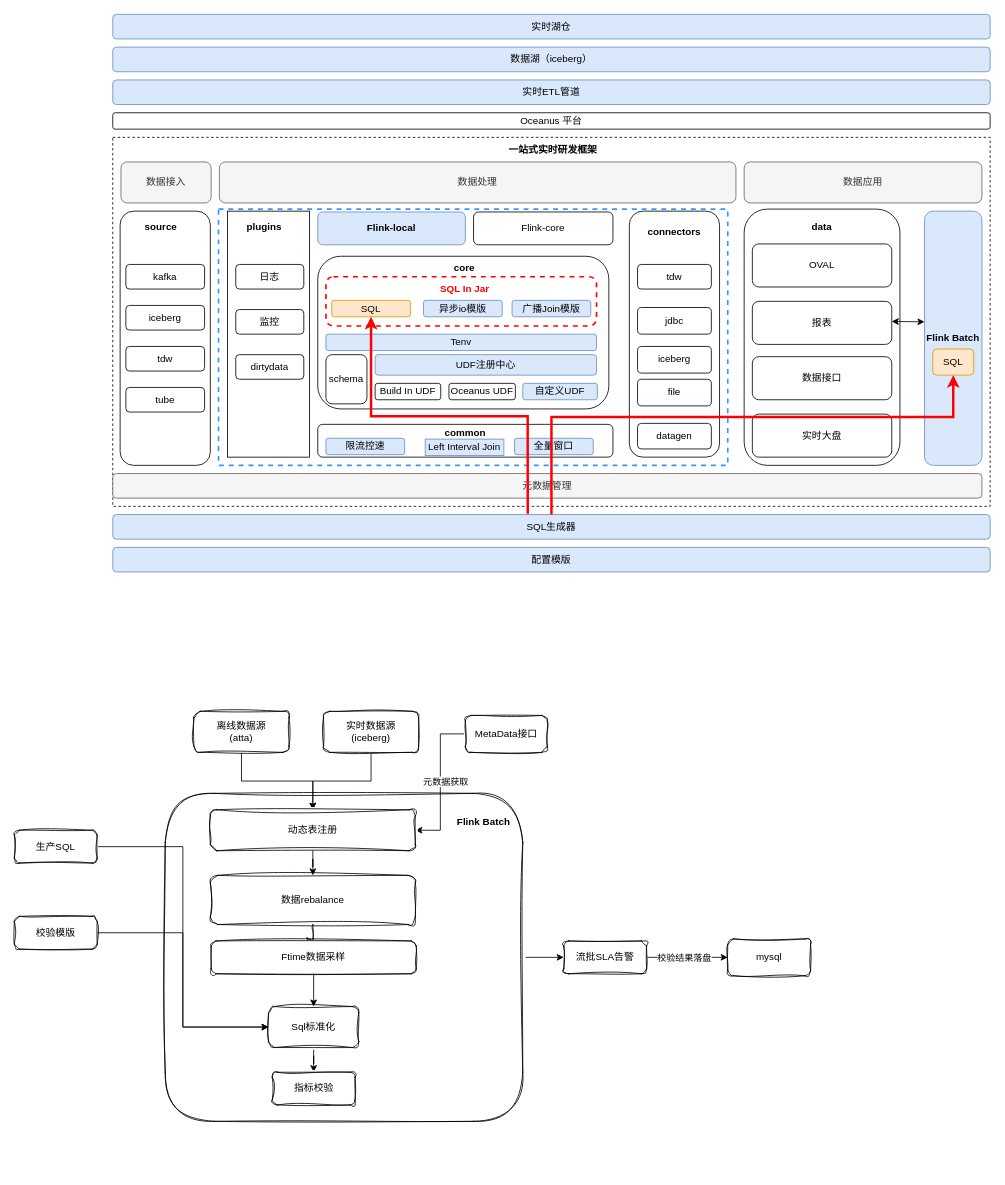
Arthur-Lanc/drawio keeps this draw.io diagram as page "流批一体框架" (3 of 3) of 实时dataops-实时离线校验链路升级方案.drawio. Above is the earlier version. Source tidied: cells renumbered, new cells numbered last; positions are measured from the earlier drawing's top-left corner, leaving out a move shared by most shapes. Both pictures are drawn from the tidied source at 82%, with x=0, y=0 at pixel (14, 14).
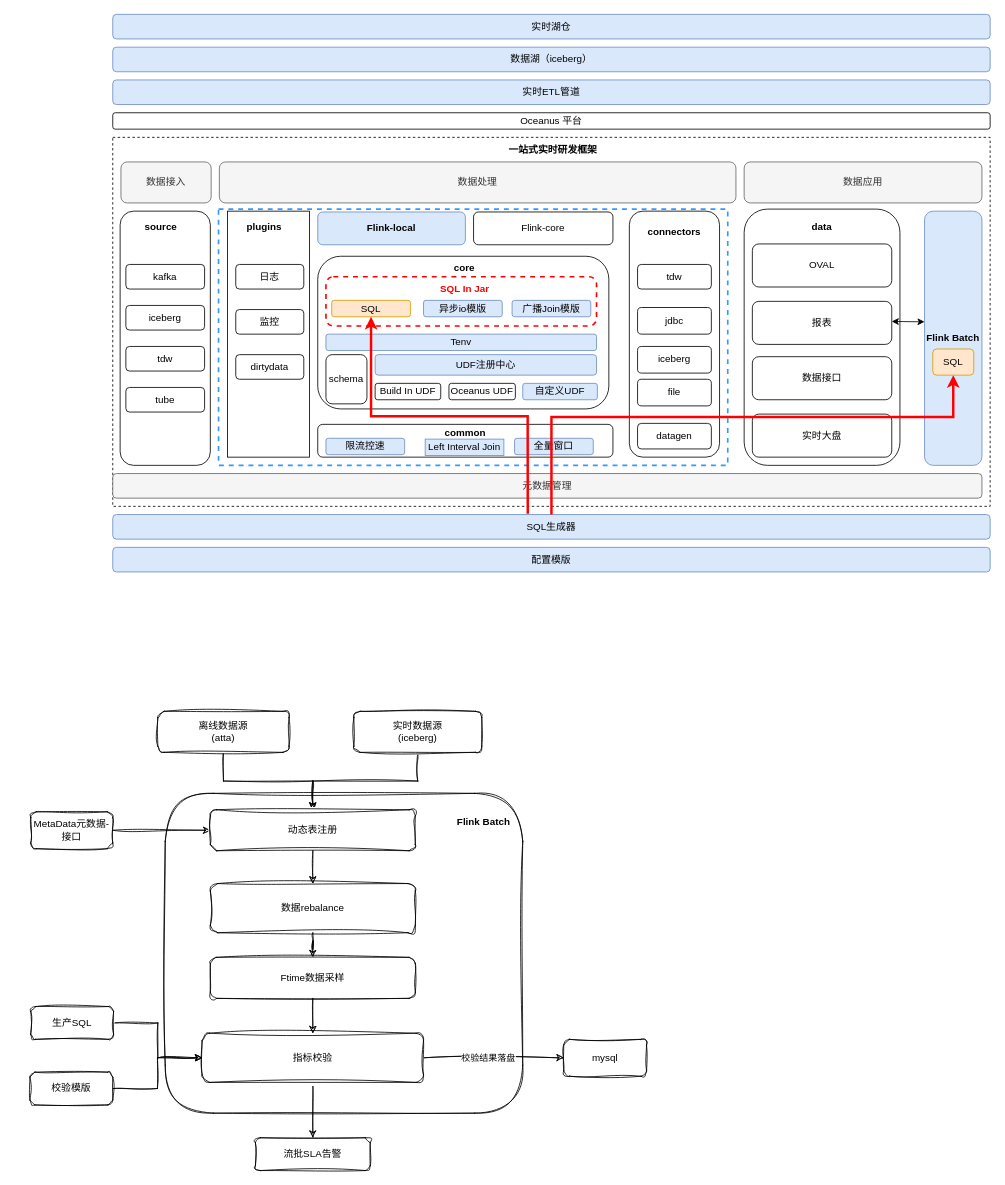
The same diagram, later.

Commit message:
更新实时dataops-实时离线校验链路升级方案.drawio

Unchanged cells that the change refers to:
```xml
<mxCell id="89" value="动态表注册" style="rounded=1;whiteSpace=wrap;html=1;sketch=1;curveFitting=1;jiggle=2;shadow=0;" parent="1" vertex="1">
  <mxGeometry x="239" y="970" width="250" height="50" as="geometry" />
</mxCell>
```

Diff of the diagram source:
```diff
@@
-    <mxCell id="2" style="edgeStyle=orthogonalEdgeStyle;rounded=0;jettySize=auto;html=1;exitX=1;exitY=0.5;exitDx=0;exitDy=0;entryX=0;entryY=0.5;entryDx=0;entryDy=0;" parent="1" edge="1" source="3" target="85">
-      <mxGeometry relative="1" as="geometry" />
-    </mxCell>
     <mxCell id="3" style="rounded=1;whiteSpace=wrap;html=1;sketch=1;curveFitting=1;jiggle=2;shadow=0;" parent="1" vertex="1">
-      <mxGeometry x="184" y="950" width="436" height="400" as="geometry" />
+      <mxGeometry x="184" y="950" width="436" height="390" as="geometry" />
     </mxCell>
@@
-    <mxCell id="66" style="edgeStyle=orthogonalEdgeStyle;rounded=0;jettySize=auto;html=1;exitX=1;exitY=0.5;exitDx=0;exitDy=0;entryX=0;entryY=0.5;entryDx=0;entryDy=0;" parent="1" edge="1" source="67" target="87">
-      <mxGeometry relative="1" as="geometry" />
-    </mxCell>
-    <mxCell id="67" value="生产SQL" style="rounded=1;whiteSpace=wrap;html=1;sketch=1;curveFitting=1;jiggle=2;shadow=0;" parent="1" vertex="1">
-      <mxGeometry y="995" width="101" height="40" as="geometry" />
-    </mxCell>
-    <mxCell id="68" style="edgeStyle=orthogonalEdgeStyle;rounded=0;jettySize=auto;html=1;exitX=0.5;exitY=1;exitDx=0;exitDy=0;entryX=0.5;entryY=0;entryDx=0;entryDy=0;" parent="1" edge="1" source="69" target="89">
+    <mxCell id="68" style="edgeStyle=orthogonalEdgeStyle;rounded=0;jettySize=auto;html=1;exitX=0.5;exitY=1;exitDx=0;exitDy=0;entryX=0.5;entryY=0;entryDx=0;entryDy=0;sketch=1;curveFitting=1;jiggle=2;" parent="1" edge="1" source="69" target="89">
       <mxGeometry relative="1" as="geometry" />
     </mxCell>
     <mxCell id="69" value="离线数据源&lt;br&gt;(atta)" style="rounded=1;whiteSpace=wrap;html=1;sketch=1;curveFitting=1;jiggle=2;shadow=0;" parent="1" vertex="1">
-      <mxGeometry x="219" y="850" width="116" height="50" as="geometry" />
+      <mxGeometry x="175" y="850" width="160" height="50" as="geometry" />
     </mxCell>
-    <mxCell id="70" style="edgeStyle=orthogonalEdgeStyle;rounded=0;jettySize=auto;html=1;exitX=0.5;exitY=1;exitDx=0;exitDy=0;entryX=0.5;entryY=0;entryDx=0;entryDy=0;" parent="1" edge="1" source="71" target="89">
+    <mxCell id="70" style="edgeStyle=orthogonalEdgeStyle;rounded=0;jettySize=auto;html=1;exitX=0.5;exitY=1;exitDx=0;exitDy=0;entryX=0.5;entryY=0;entryDx=0;entryDy=0;sketch=1;curveFitting=1;jiggle=2;" parent="1" edge="1" source="71" target="89">
       <mxGeometry relative="1" as="geometry" />
     </mxCell>
     <mxCell id="71" value="实时数据源&lt;br&gt;(iceberg)" style="rounded=1;whiteSpace=wrap;html=1;sketch=1;curveFitting=1;jiggle=2;shadow=0;" parent="1" vertex="1">
-      <mxGeometry x="377" y="850" width="116" height="50" as="geometry" />
+      <mxGeometry x="414" y="850" width="156" height="50" as="geometry" />
     </mxCell>
     <mxCell id="72" value="mysql" style="rounded=1;whiteSpace=wrap;html=1;sketch=1;curveFitting=1;jiggle=2;shadow=0;" parent="1" vertex="1">
-      <mxGeometry x="870" y="1127.5" width="101" height="45" as="geometry" />
+      <mxGeometry x="670" y="1250" width="101" height="45" as="geometry" />
     </mxCell>
@@
-    <mxCell id="74" style="edgeStyle=orthogonalEdgeStyle;rounded=0;jettySize=auto;html=1;exitX=0;exitY=0.5;exitDx=0;exitDy=0;entryX=1;entryY=0.5;entryDx=0;entryDy=0;" parent="1" edge="1" source="76" target="89">
+    <mxCell id="74" style="edgeStyle=orthogonalEdgeStyle;rounded=0;jettySize=auto;html=1;exitX=1;exitY=0.5;exitDx=0;exitDy=0;entryX=0;entryY=0.5;entryDx=0;entryDy=0;sketch=1;curveFitting=1;jiggle=2;" parent="1" edge="1" source="76" target="89">
       <mxGeometry relative="1" as="geometry" />
     </mxCell>
-    <mxCell id="75" value="元数据获取" style="edgeLabel;html=1;align=center;verticalAlign=middle;" parent="74" vertex="1">
-      <mxGeometry x="0.01" y="2" relative="1" as="geometry">
-        <mxPoint x="4" y="-2" as="offset" />
-      </mxGeometry>
-    </mxCell>
-    <mxCell id="76" value="MetaData接口" style="rounded=1;whiteSpace=wrap;html=1;sketch=1;curveFitting=1;jiggle=2;shadow=0;" parent="1" vertex="1">
-      <mxGeometry x="550" y="855" width="100" height="45" as="geometry" />
+    <mxCell id="76" value="MetaData元数据-接口" style="rounded=1;whiteSpace=wrap;html=1;sketch=1;curveFitting=1;jiggle=2;shadow=0;" parent="1" vertex="1">
+      <mxGeometry x="20" y="972.5" width="100" height="45" as="geometry" />
     </mxCell>
-    <mxCell id="77" style="edgeStyle=orthogonalEdgeStyle;rounded=0;jettySize=auto;html=1;exitX=1;exitY=0.5;exitDx=0;exitDy=0;entryX=0;entryY=0.5;entryDx=0;entryDy=0;" parent="1" edge="1" source="78" target="87">
-      <mxGeometry relative="1" as="geometry" />
-    </mxCell>
-    <mxCell id="78" value="校验模版" style="rounded=1;whiteSpace=wrap;html=1;sketch=1;curveFitting=1;jiggle=2;shadow=0;" parent="1" vertex="1">
-      <mxGeometry y="1100" width="101" height="40" as="geometry" />
-    </mxCell>
@@
     <mxCell id="80" value="数据rebalance" style="rounded=1;whiteSpace=wrap;html=1;sketch=1;curveFitting=1;jiggle=2;shadow=0;" parent="1" vertex="1">
-      <mxGeometry x="239" y="1050" width="250" height="60" as="geometry" />
+      <mxGeometry x="239" y="1060" width="250" height="60" as="geometry" />
     </mxCell>
-    <mxCell id="81" style="edgeStyle=orthogonalEdgeStyle;rounded=0;jettySize=auto;html=1;" parent="1" edge="1" source="82" target="87">
+    <mxCell id="81" style="edgeStyle=orthogonalEdgeStyle;rounded=0;jettySize=auto;html=1;sketch=1;curveFitting=1;jiggle=2;" parent="1" edge="1" source="82" target="87">
       <mxGeometry relative="1" as="geometry" />
     </mxCell>
     <mxCell id="82" value="Ftime数据采样" style="rounded=1;whiteSpace=wrap;html=1;sketch=1;curveFitting=1;jiggle=2;shadow=0;" parent="1" vertex="1">
-      <mxGeometry x="240" y="1130" width="250" height="40" as="geometry" />
+      <mxGeometry x="239" y="1150" width="250" height="50" as="geometry" />
     </mxCell>
-    <mxCell id="83" style="edgeStyle=orthogonalEdgeStyle;rounded=0;jettySize=auto;html=1;" parent="1" edge="1" source="85" target="72">
+    <mxCell id="83" style="edgeStyle=orthogonalEdgeStyle;rounded=0;jettySize=auto;html=1;exitX=1;exitY=0.5;exitDx=0;exitDy=0;sketch=1;curveFitting=1;jiggle=2;" parent="1" edge="1" source="87" target="72">
       <mxGeometry relative="1" as="geometry" />
     </mxCell>
@@
     <mxCell id="85" value="流批SLA告警" style="rounded=1;whiteSpace=wrap;html=1;sketch=1;curveFitting=1;jiggle=2;shadow=0;" parent="1" vertex="1">
-      <mxGeometry x="670" y="1130" width="101" height="40" as="geometry" />
+      <mxGeometry x="294" y="1370" width="140" height="40" as="geometry" />
     </mxCell>
-    <mxCell id="86" style="edgeStyle=orthogonalEdgeStyle;rounded=0;jettySize=auto;html=1;" parent="1" edge="1" source="87" target="90">
-      <mxGeometry relative="1" as="geometry" />
-    </mxCell>
+    <mxCell id="91" style="edgeStyle=orthogonalEdgeStyle;rounded=0;jettySize=auto;html=1;sketch=1;curveFitting=1;jiggle=2;" parent="1" edge="1" source="87" target="85">
+      <mxGeometry relative="1" as="geometry" />
+    </mxCell>
-    <mxCell id="87" value="Sql标准化" style="rounded=1;whiteSpace=wrap;html=1;sketch=1;curveFitting=1;jiggle=2;shadow=0;" parent="1" vertex="1">
-      <mxGeometry x="310" y="1210" width="110" height="50" as="geometry" />
+    <mxCell id="87" value="指标校验" style="rounded=1;whiteSpace=wrap;html=1;sketch=1;curveFitting=1;jiggle=2;shadow=0;" parent="1" vertex="1">
+      <mxGeometry x="229" y="1242.5" width="270" height="60" as="geometry" />
     </mxCell>
-    <mxCell id="88" style="edgeStyle=orthogonalEdgeStyle;rounded=0;jettySize=auto;html=1;" parent="1" edge="1" source="89" target="80">
+    <mxCell id="88" style="edgeStyle=orthogonalEdgeStyle;rounded=0;jettySize=auto;html=1;sketch=1;curveFitting=1;jiggle=2;" parent="1" edge="1" source="89" target="80">
       <mxGeometry relative="1" as="geometry" />
     </mxCell>
@@
-    <mxCell id="90" value="指标校验" style="rounded=1;whiteSpace=wrap;html=1;sketch=1;curveFitting=1;jiggle=2;shadow=0;" parent="1" vertex="1">
-      <mxGeometry x="314.5" y="1290" width="101" height="40" as="geometry" />
-    </mxCell>
+    <mxCell id="66" style="edgeStyle=orthogonalEdgeStyle;rounded=0;jettySize=auto;html=1;sketch=1;curveFitting=1;jiggle=2;" parent="1" edge="1" source="67" target="87">
+      <mxGeometry relative="1" as="geometry" />
+    </mxCell>
+    <mxCell id="67" value="生产SQL" style="rounded=1;whiteSpace=wrap;html=1;sketch=1;curveFitting=1;jiggle=2;shadow=0;" parent="1" vertex="1">
+      <mxGeometry x="20" y="1210" width="101" height="40" as="geometry" />
+    </mxCell>
+    <mxCell id="77" style="edgeStyle=orthogonalEdgeStyle;rounded=0;jettySize=auto;html=1;sketch=1;curveFitting=1;jiggle=2;" parent="1" edge="1" source="78" target="87">
+      <mxGeometry relative="1" as="geometry" />
+    </mxCell>
+    <mxCell id="78" value="校验模版" style="rounded=1;whiteSpace=wrap;html=1;sketch=1;curveFitting=1;jiggle=2;shadow=0;" parent="1" vertex="1">
+      <mxGeometry x="19" y="1290" width="101" height="40" as="geometry" />
+    </mxCell>
```
